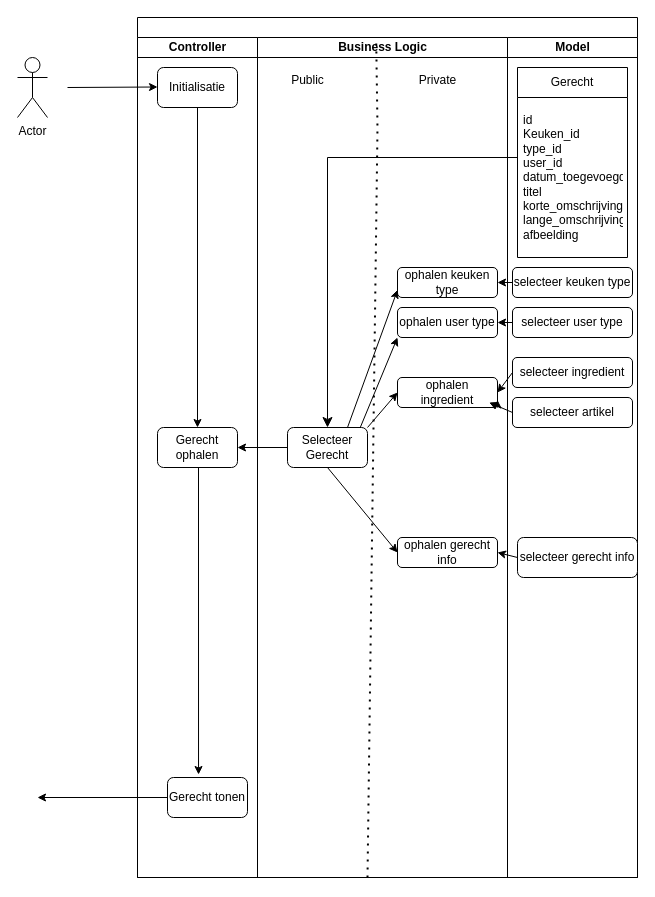
rubenmevius/educom-verrukkulluk keeps this draw.io diagram as page "main" (1 of 2) of documents/design/test.drawio. Above is the earlier version. Source tidied: cells renumbered, new cells numbered last; positions are measured from the earlier drawing's top-left corner, leaving out a move shared by most shapes. Both pictures are drawn from the tidied source at 100%, with x=0, y=0 at pixel (17, 17).
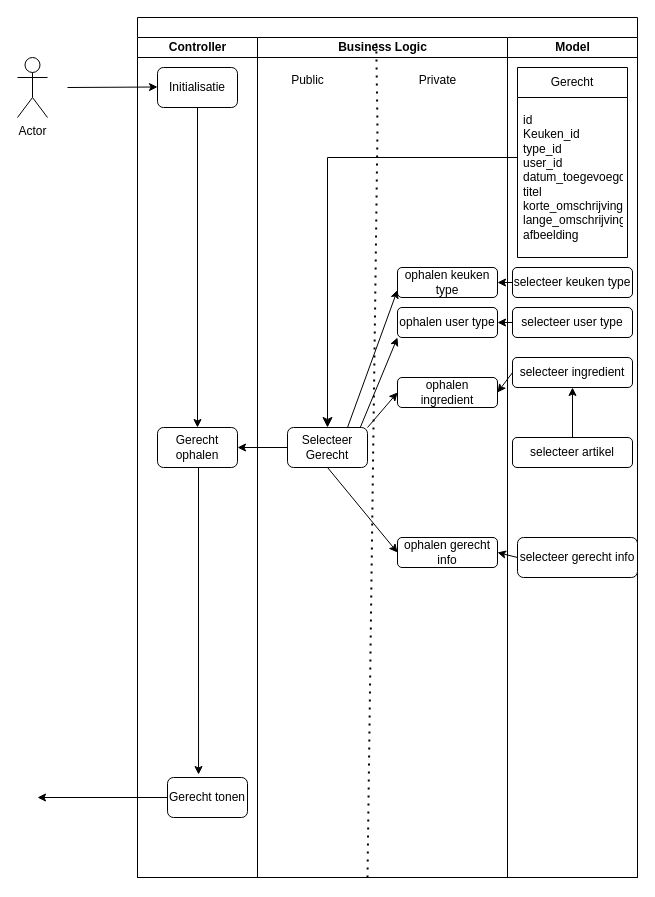
The same diagram, later.

The change refers to these unchanged cells:
```xml
<mxCell id="2" style="swimlane;startSize=20;html=1;" parent="1" vertex="1">
  <mxGeometry x="120" width="500" height="860" as="geometry" />
</mxCell>
<mxCell id="11" value="Business Logic" style="swimlane;startSize=20;html=1;" parent="2" vertex="1">
  <mxGeometry x="120" y="20" width="250" height="840" as="geometry" />
</mxCell>
<mxCell id="20" value="ophalen ingredient" style="rounded=1;whiteSpace=wrap;html=1;" parent="11" vertex="1">
  <mxGeometry x="140" y="340" width="100" height="30" as="geometry" />
</mxCell>
<mxCell id="25" value="Model" style="swimlane;startSize=20;html=1;" parent="2" vertex="1">
  <mxGeometry x="370" y="20" width="130" height="840" as="geometry" />
</mxCell>
<mxCell id="28" value="selecteer ingredient" style="rounded=1;whiteSpace=wrap;html=1;" parent="25" vertex="1">
  <mxGeometry x="5" y="320" width="120" height="30" as="geometry" />
</mxCell>
```

The edit, as a diff of the source:
```diff
@@
-    <mxCell id="22" style="edgeStyle=none;html=1;exitX=1;exitY=1;exitDx=0;exitDy=0;entryX=1;entryY=0.75;entryDx=0;entryDy=0;" parent="11" edge="1" source="20" target="20">
-      <mxGeometry relative="1" as="geometry" />
-    </mxCell>
@@
     <mxCell id="29" value="selecteer artikel" style="rounded=1;whiteSpace=wrap;html=1;" parent="25" vertex="1">
-      <mxGeometry x="5" y="360" width="120" height="30" as="geometry" />
+      <mxGeometry x="5" y="400" width="120" height="30" as="geometry" />
     </mxCell>
@@
+    <mxCell id="34" style="endArrow=classic;html=1;exitX=0.5;exitY=0;exitDx=0;exitDy=0;entryX=0.5;entryY=1;entryDx=0;entryDy=0;" parent="25" edge="1" source="29" target="28">
+      <mxGeometry relative="1" as="geometry" />
+    </mxCell>
@@
-    <mxCell id="34" style="endArrow=classic;html=1;exitX=0;exitY=0.5;exitDx=0;exitDy=0;entryX=0.917;entryY=0.833;entryDx=0;entryDy=0;entryPerimeter=0;" parent="2" edge="1" source="29" target="20">
-      <mxGeometry relative="1" as="geometry" />
-    </mxCell>
```
